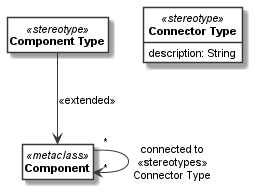
Earlier version of the PlantUML export docs/_images/component_model_all.png (uzdun/CodeableModels). Source of this version:
```plantuml
@startuml
skinparam monochrome true
skinparam ClassBackgroundColor White
hide empty members
hide circle
skinparam defaultFontName Arial
skinparam defaultFontSize 11
class "<b>Component</b>" as __1_Component <<metaclass>>
class "<b>Component Type</b>" as __2_Component_Type <<stereotype>>
class "<b>Connector Type</b>" as __3_Connector_Type <<stereotype>> {
description: String
}

__1_Component " * "  -->  " * " __1_Component: "connected to\n<<stereotypes>>\nConnector Type"
__2_Component_Type --> __1_Component: "<<extended>>"
@enduml
```
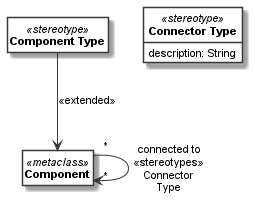
After the change.

Diff of the diagram source:
```diff
@@ -11,6 +11,6 @@
 description: String
 }
 
-__1_Component " * "  -->  " * " __1_Component: "connected to\n<<stereotypes>>\nConnector Type"
+__1_Component " * "  -->  " * " __1_Component: "connected to\n<<stereotypes>>\nConnector\nType"
 __2_Component_Type --> __1_Component: "<<extended>>"
 @enduml
```
